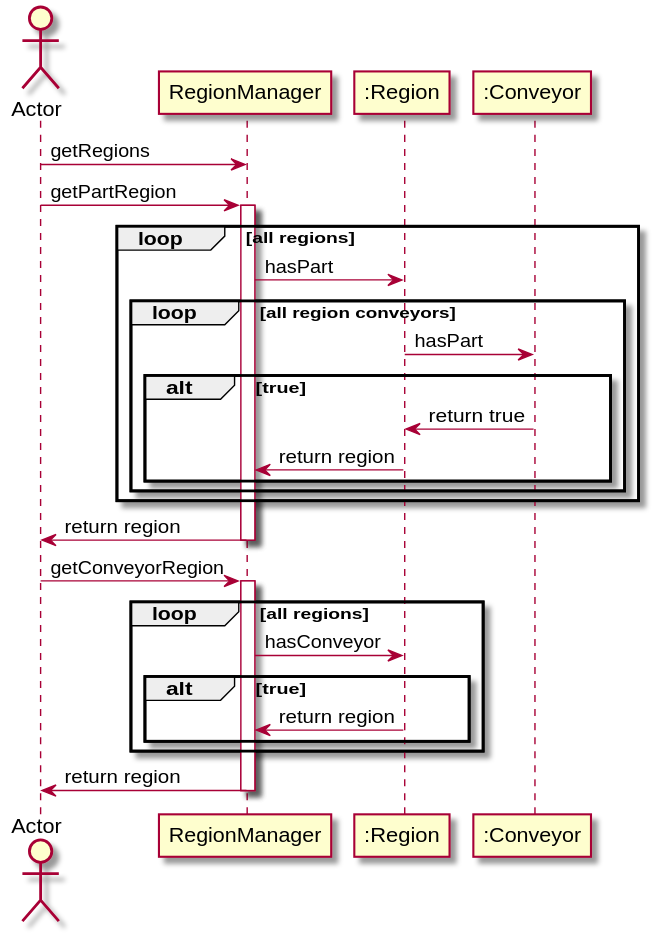
Earlier version of the PlantUML export docs/sequence_uml/region_manager.svg (avrocha/plant-floor-control). Its diagram source:
```plantuml
@startuml

actor Actor as Actor

Actor -> RegionManager: getRegions

Actor -> RegionManager: getPartRegion
activate RegionManager

loop all regions
    RegionManager -> ":Region": hasPart

    loop all region conveyors
        ":Region" -> ":Conveyor": hasPart

        alt true
            ":Conveyor" -> ":Region": return true
            ":Region" -> "RegionManager": return region
        end
    end
end

RegionManager -> Actor: return region
deactivate RegionManager

Actor -> RegionManager: getConveyorRegion
activate RegionManager

loop all regions
    RegionManager -> ":Region": hasConveyor

    alt true
        ":Region" -> "RegionManager": return region
    end
end

RegionManager -> Actor: return region
deactivate RegionManager
@enduml
```
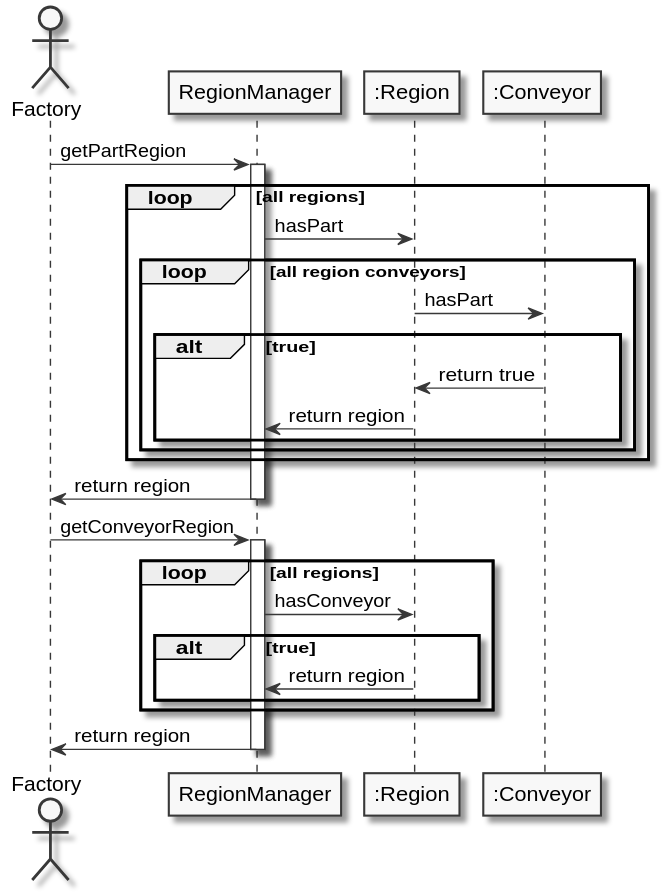
The same file after the commit.

Diff of the diagram source:
```diff
@@ -1,10 +1,11 @@
 @startuml
+skinparam linetype ortho
+skinparam Monochrome true
+skinparam classAttributeIconSize 0
 
-actor Actor as Actor
+actor Factory as Factory
 
-Actor -> RegionManager: getRegions
-
-Actor -> RegionManager: getPartRegion
+Factory -> RegionManager: getPartRegion
 activate RegionManager
 
 loop all regions
@@ -20,10 +21,10 @@
     end
 end
 
-RegionManager -> Actor: return region
+RegionManager -> Factory: return region
 deactivate RegionManager
 
-Actor -> RegionManager: getConveyorRegion
+Factory -> RegionManager: getConveyorRegion
 activate RegionManager
 
 loop all regions
@@ -34,6 +35,6 @@
     end
 end
 
-RegionManager -> Actor: return region
+RegionManager -> Factory: return region
 deactivate RegionManager
 @enduml
```
